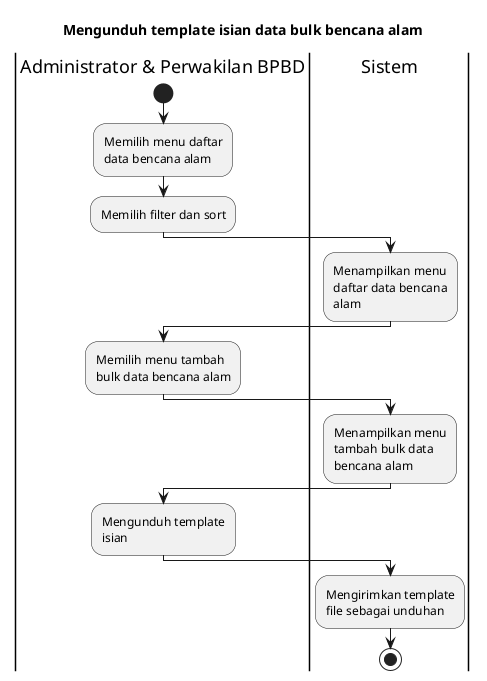
Before: export/Activity Diagrams/UC-MGDISASTER - Manajemen Data Bencana/UC-MGDISASTER-012 - Mengunduh template isian data bulk bencana alam.png, a diagram exported from PlantUML (bagusNA/appl-diagrams).
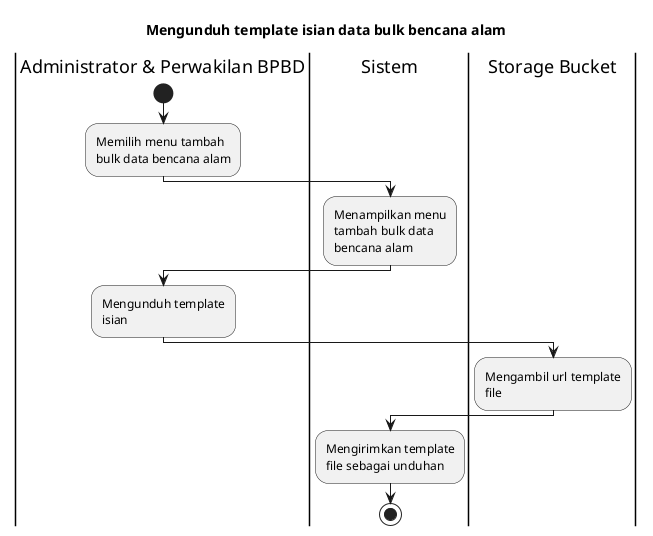
Above is the later version.

Diff of the diagram source:
```diff
@@ -5,13 +5,6 @@
 
 |Administrator & Perwakilan BPBD|
 start
-:Memilih menu daftar data bencana alam;
-:Memilih filter dan sort;
-
-|Sistem|
-:Menampilkan menu daftar data bencana alam;
-
-|Administrator & Perwakilan BPBD|
 :Memilih menu tambah bulk data bencana alam;
 
 |Sistem|
@@ -20,6 +13,9 @@
 |Administrator & Perwakilan BPBD|
 :Mengunduh template isian;
 
+|Storage Bucket|
+:Mengambil url template file;
+
 |Sistem|
 :Mengirimkan template file sebagai unduhan;
 
```
